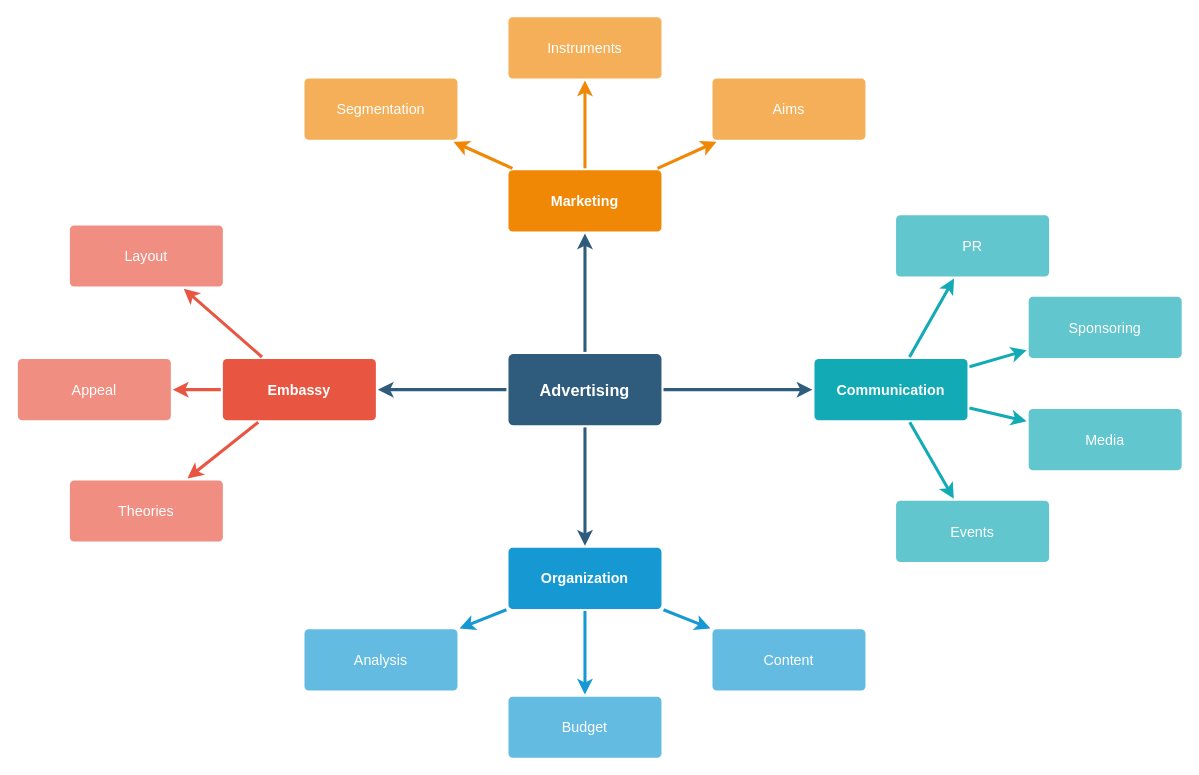
Above: doc/爬小說.drawio in ChivialK/chivialk.github.io (draw.io), before the change. Source tidied: cells renumbered, new cells numbered last; positions are measured from the earlier drawing's top-left corner, leaving out a move shared by most shapes. Both pictures are drawn from the tidied source at 102%, with x=0, y=0 at pixel (17, 16).
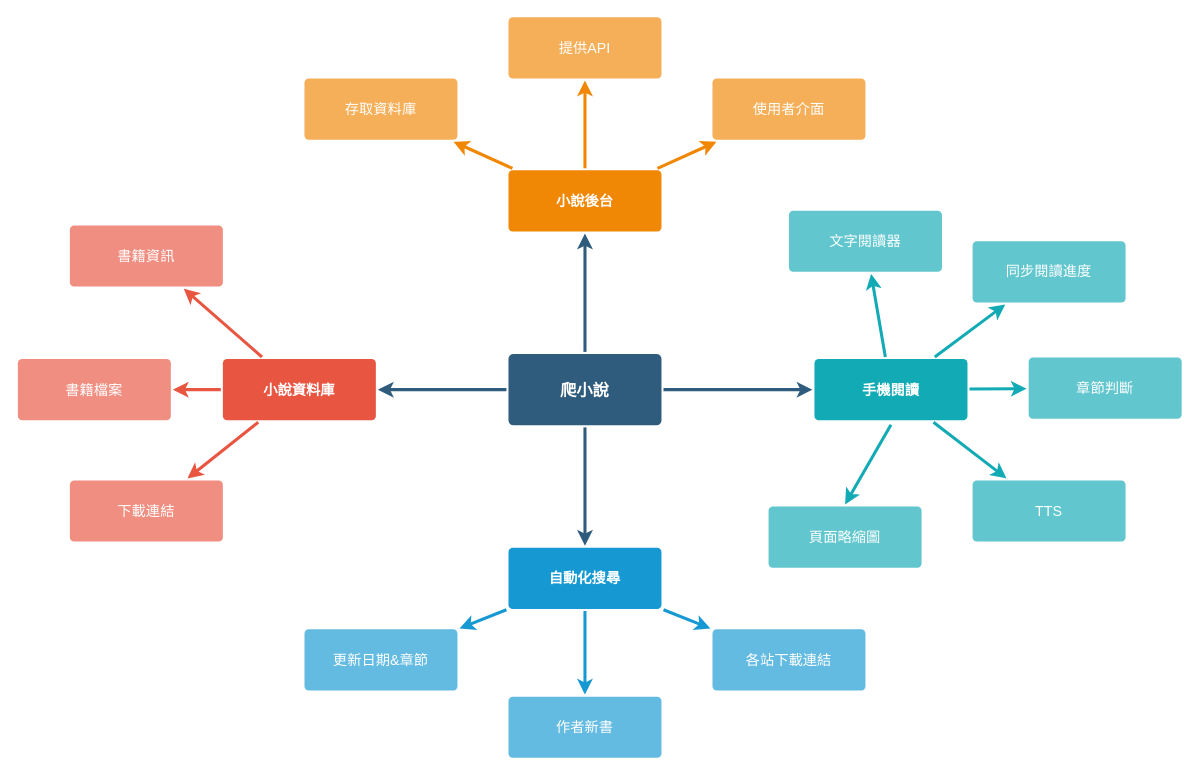
Above is the later version.

Commit message:
[Edit][爬小說] 功能概念圖

What changed in the source:
```diff
@@
-    <mxCell id="6" value="Advertising" style="rounded=1;whiteSpace=wrap;html=1;shadow=0;labelBackgroundColor=none;strokeColor=none;strokeWidth=3;fillColor=#2F5B7C;fontFamily=Helvetica;fontSize=16;fontColor=#FFFFFF;align=center;fontStyle=1;spacing=5;arcSize=7;perimeterSpacing=2;" parent="1" vertex="1">
+    <mxCell id="6" value="爬小說" style="rounded=1;whiteSpace=wrap;html=1;shadow=0;labelBackgroundColor=none;strokeColor=none;strokeWidth=3;fillColor=#2F5B7C;fontFamily=Helvetica;fontSize=16;fontColor=#FFFFFF;align=center;fontStyle=1;spacing=5;arcSize=7;perimeterSpacing=2;" parent="1" vertex="1">
       <mxGeometry x="481" y="330.5" width="150" height="70" as="geometry" />
     </mxCell>
@@
-    <mxCell id="10" value="Embassy" style="rounded=1;whiteSpace=wrap;html=1;shadow=0;labelBackgroundColor=none;strokeColor=none;strokeWidth=3;fillColor=#e85642;fontFamily=Helvetica;fontSize=14;fontColor=#FFFFFF;align=center;spacing=5;fontStyle=1;arcSize=7;perimeterSpacing=2;" parent="1" vertex="1">
+    <mxCell id="10" value="小說資料庫" style="rounded=1;whiteSpace=wrap;html=1;shadow=0;labelBackgroundColor=none;strokeColor=none;strokeWidth=3;fillColor=#e85642;fontFamily=Helvetica;fontSize=14;fontColor=#FFFFFF;align=center;spacing=5;fontStyle=1;arcSize=7;perimeterSpacing=2;" parent="1" vertex="1">
       <mxGeometry x="201" y="335.5" width="150" height="60" as="geometry" />
     </mxCell>
-    <mxCell id="11" value="Theories" style="rounded=1;whiteSpace=wrap;html=1;shadow=0;labelBackgroundColor=none;strokeColor=none;strokeWidth=3;fillColor=#f08e81;fontFamily=Helvetica;fontSize=14;fontColor=#FFFFFF;align=center;spacing=5;fontStyle=0;arcSize=7;perimeterSpacing=2;" parent="1" vertex="1">
+    <mxCell id="11" value="下載連結" style="rounded=1;whiteSpace=wrap;html=1;shadow=0;labelBackgroundColor=none;strokeColor=none;strokeWidth=3;fillColor=#f08e81;fontFamily=Helvetica;fontSize=14;fontColor=#FFFFFF;align=center;spacing=5;fontStyle=0;arcSize=7;perimeterSpacing=2;" parent="1" vertex="1">
       <mxGeometry x="51" y="454.5" width="150" height="60" as="geometry" />
     </mxCell>
-    <mxCell id="12" value="Appeal" style="rounded=1;whiteSpace=wrap;html=1;shadow=0;labelBackgroundColor=none;strokeColor=none;strokeWidth=3;fillColor=#f08e81;fontFamily=Helvetica;fontSize=14;fontColor=#FFFFFF;align=center;spacing=5;fontStyle=0;arcSize=7;perimeterSpacing=2;" parent="1" vertex="1">
+    <mxCell id="12" value="書籍檔案" style="rounded=1;whiteSpace=wrap;html=1;shadow=0;labelBackgroundColor=none;strokeColor=none;strokeWidth=3;fillColor=#f08e81;fontFamily=Helvetica;fontSize=14;fontColor=#FFFFFF;align=center;spacing=5;fontStyle=0;arcSize=7;perimeterSpacing=2;" parent="1" vertex="1">
       <mxGeometry y="335.5" width="150" height="60" as="geometry" />
     </mxCell>
-    <mxCell id="13" value="Layout" style="rounded=1;whiteSpace=wrap;html=1;shadow=0;labelBackgroundColor=none;strokeColor=none;strokeWidth=3;fillColor=#f08e81;fontFamily=Helvetica;fontSize=14;fontColor=#FFFFFF;align=center;spacing=5;fontStyle=0;arcSize=7;perimeterSpacing=2;" parent="1" vertex="1">
+    <mxCell id="13" value="書籍資訊" style="rounded=1;whiteSpace=wrap;html=1;shadow=0;labelBackgroundColor=none;strokeColor=none;strokeWidth=3;fillColor=#f08e81;fontFamily=Helvetica;fontSize=14;fontColor=#FFFFFF;align=center;spacing=5;fontStyle=0;arcSize=7;perimeterSpacing=2;" parent="1" vertex="1">
       <mxGeometry x="51" y="204.5" width="150" height="60" as="geometry" />
     </mxCell>
@@
-    <mxCell id="17" value="Organization" style="rounded=1;whiteSpace=wrap;html=1;shadow=0;labelBackgroundColor=none;strokeColor=none;strokeWidth=3;fillColor=#1699d3;fontFamily=Helvetica;fontSize=14;fontColor=#FFFFFF;align=center;spacing=5;fontStyle=1;arcSize=7;perimeterSpacing=2;" parent="1" vertex="1">
+    <mxCell id="17" value="自動化搜尋" style="rounded=1;whiteSpace=wrap;html=1;shadow=0;labelBackgroundColor=none;strokeColor=none;strokeWidth=3;fillColor=#1699d3;fontFamily=Helvetica;fontSize=14;fontColor=#FFFFFF;align=center;spacing=5;fontStyle=1;arcSize=7;perimeterSpacing=2;" parent="1" vertex="1">
       <mxGeometry x="481" y="520.5" width="150" height="60" as="geometry" />
     </mxCell>
-    <mxCell id="18" value="Content" style="rounded=1;whiteSpace=wrap;html=1;shadow=0;labelBackgroundColor=none;strokeColor=none;strokeWidth=3;fillColor=#64bbe2;fontFamily=Helvetica;fontSize=14;fontColor=#FFFFFF;align=center;spacing=5;arcSize=7;perimeterSpacing=2;" parent="1" vertex="1">
+    <mxCell id="18" value="各站下載連結" style="rounded=1;whiteSpace=wrap;html=1;shadow=0;labelBackgroundColor=none;strokeColor=none;strokeWidth=3;fillColor=#64bbe2;fontFamily=Helvetica;fontSize=14;fontColor=#FFFFFF;align=center;spacing=5;arcSize=7;perimeterSpacing=2;" parent="1" vertex="1">
       <mxGeometry x="681" y="600.5" width="150" height="60" as="geometry" />
     </mxCell>
-    <mxCell id="19" value="Budget" style="rounded=1;whiteSpace=wrap;html=1;shadow=0;labelBackgroundColor=none;strokeColor=none;strokeWidth=3;fillColor=#64bbe2;fontFamily=Helvetica;fontSize=14;fontColor=#FFFFFF;align=center;spacing=5;arcSize=7;perimeterSpacing=2;" parent="1" vertex="1">
+    <mxCell id="19" value="作者新書" style="rounded=1;whiteSpace=wrap;html=1;shadow=0;labelBackgroundColor=none;strokeColor=none;strokeWidth=3;fillColor=#64bbe2;fontFamily=Helvetica;fontSize=14;fontColor=#FFFFFF;align=center;spacing=5;arcSize=7;perimeterSpacing=2;" parent="1" vertex="1">
       <mxGeometry x="481" y="666.5" width="150" height="60" as="geometry" />
     </mxCell>
-    <mxCell id="20" value="Analysis" style="rounded=1;whiteSpace=wrap;html=1;shadow=0;labelBackgroundColor=none;strokeColor=none;strokeWidth=3;fillColor=#64bbe2;fontFamily=Helvetica;fontSize=14;fontColor=#FFFFFF;align=center;spacing=5;arcSize=7;perimeterSpacing=2;" parent="1" vertex="1">
+    <mxCell id="20" value="更新日期&amp;amp;章節" style="rounded=1;whiteSpace=wrap;html=1;shadow=0;labelBackgroundColor=none;strokeColor=none;strokeWidth=3;fillColor=#64bbe2;fontFamily=Helvetica;fontSize=14;fontColor=#FFFFFF;align=center;spacing=5;arcSize=7;perimeterSpacing=2;" parent="1" vertex="1">
       <mxGeometry x="281" y="600.5" width="150" height="60" as="geometry" />
     </mxCell>
-    <mxCell id="21" value="Marketing" style="rounded=1;whiteSpace=wrap;html=1;shadow=0;labelBackgroundColor=none;strokeColor=none;strokeWidth=3;fillColor=#F08705;fontFamily=Helvetica;fontSize=14;fontColor=#FFFFFF;align=center;spacing=5;fontStyle=1;arcSize=7;perimeterSpacing=2;" parent="1" vertex="1">
+    <mxCell id="21" value="小說後台" style="rounded=1;whiteSpace=wrap;html=1;shadow=0;labelBackgroundColor=none;strokeColor=none;strokeWidth=3;fillColor=#F08705;fontFamily=Helvetica;fontSize=14;fontColor=#FFFFFF;align=center;spacing=5;fontStyle=1;arcSize=7;perimeterSpacing=2;" parent="1" vertex="1">
       <mxGeometry x="481" y="150.5" width="150" height="60" as="geometry" />
     </mxCell>
-    <mxCell id="22" value="Aims&lt;br&gt;" style="rounded=1;whiteSpace=wrap;html=1;shadow=0;labelBackgroundColor=none;strokeColor=none;strokeWidth=3;fillColor=#f5af58;fontFamily=Helvetica;fontSize=14;fontColor=#FFFFFF;align=center;spacing=5;arcSize=7;perimeterSpacing=2;" parent="1" vertex="1">
+    <mxCell id="22" value="使用者介面" style="rounded=1;whiteSpace=wrap;html=1;shadow=0;labelBackgroundColor=none;strokeColor=none;strokeWidth=3;fillColor=#f5af58;fontFamily=Helvetica;fontSize=14;fontColor=#FFFFFF;align=center;spacing=5;arcSize=7;perimeterSpacing=2;" parent="1" vertex="1">
       <mxGeometry x="681" y="60.5" width="150" height="60" as="geometry" />
     </mxCell>
@@
-    <mxCell id="24" value="Instruments" style="rounded=1;whiteSpace=wrap;html=1;shadow=0;labelBackgroundColor=none;strokeColor=none;strokeWidth=3;fillColor=#f5af58;fontFamily=Helvetica;fontSize=14;fontColor=#FFFFFF;align=center;spacing=5;arcSize=7;perimeterSpacing=2;" parent="1" vertex="1">
+    <mxCell id="24" value="提供API" style="rounded=1;whiteSpace=wrap;html=1;shadow=0;labelBackgroundColor=none;strokeColor=none;strokeWidth=3;fillColor=#f5af58;fontFamily=Helvetica;fontSize=14;fontColor=#FFFFFF;align=center;spacing=5;arcSize=7;perimeterSpacing=2;" parent="1" vertex="1">
       <mxGeometry x="481" y="0.5" width="150" height="60" as="geometry" />
     </mxCell>
@@
-    <mxCell id="26" value="Segmentation" style="rounded=1;whiteSpace=wrap;html=1;shadow=0;labelBackgroundColor=none;strokeColor=none;strokeWidth=3;fillColor=#f5af58;fontFamily=Helvetica;fontSize=14;fontColor=#FFFFFF;align=center;spacing=5;arcSize=7;perimeterSpacing=2;" parent="1" vertex="1">
+    <mxCell id="26" value="存取資料庫" style="rounded=1;whiteSpace=wrap;html=1;shadow=0;labelBackgroundColor=none;strokeColor=none;strokeWidth=3;fillColor=#f5af58;fontFamily=Helvetica;fontSize=14;fontColor=#FFFFFF;align=center;spacing=5;arcSize=7;perimeterSpacing=2;" parent="1" vertex="1">
       <mxGeometry x="281" y="60.5" width="150" height="60" as="geometry" />
     </mxCell>
@@
-    <mxCell id="28" value="Communication" style="rounded=1;whiteSpace=wrap;html=1;shadow=0;labelBackgroundColor=none;strokeColor=none;strokeWidth=3;fillColor=#12aab5;fontFamily=Helvetica;fontSize=14;fontColor=#FFFFFF;align=center;spacing=5;fontStyle=1;arcSize=7;perimeterSpacing=2;" parent="1" vertex="1">
+    <mxCell id="28" value="手機閱讀" style="rounded=1;whiteSpace=wrap;html=1;shadow=0;labelBackgroundColor=none;strokeColor=none;strokeWidth=3;fillColor=#12aab5;fontFamily=Helvetica;fontSize=14;fontColor=#FFFFFF;align=center;spacing=5;fontStyle=1;arcSize=7;perimeterSpacing=2;" parent="1" vertex="1">
       <mxGeometry x="781" y="335.5" width="150" height="60" as="geometry" />
     </mxCell>
-    <mxCell id="29" value="Events" style="rounded=1;whiteSpace=wrap;html=1;shadow=0;labelBackgroundColor=none;strokeColor=none;strokeWidth=3;fillColor=#61c6ce;fontFamily=Helvetica;fontSize=14;fontColor=#FFFFFF;align=center;spacing=5;fontStyle=0;arcSize=7;perimeterSpacing=2;" parent="1" vertex="1">
-      <mxGeometry x="861" y="474.5" width="150" height="60" as="geometry" />
+    <mxCell id="29" value="TTS" style="rounded=1;whiteSpace=wrap;html=1;shadow=0;labelBackgroundColor=none;strokeColor=none;strokeWidth=3;fillColor=#61c6ce;fontFamily=Helvetica;fontSize=14;fontColor=#FFFFFF;align=center;spacing=5;fontStyle=0;arcSize=7;perimeterSpacing=2;" parent="1" vertex="1">
+      <mxGeometry x="936" y="454.5" width="150" height="60" as="geometry" />
     </mxCell>
@@
-    <mxCell id="31" value="Media" style="rounded=1;whiteSpace=wrap;html=1;shadow=0;labelBackgroundColor=none;strokeColor=none;strokeWidth=3;fillColor=#61c6ce;fontFamily=Helvetica;fontSize=14;fontColor=#FFFFFF;align=center;spacing=5;fontStyle=0;arcSize=7;perimeterSpacing=2;" parent="1" vertex="1">
-      <mxGeometry x="991" y="384.5" width="150" height="60" as="geometry" />
+    <mxCell id="31" value="章節判斷" style="rounded=1;whiteSpace=wrap;html=1;shadow=0;labelBackgroundColor=none;strokeColor=none;strokeWidth=3;fillColor=#61c6ce;fontFamily=Helvetica;fontSize=14;fontColor=#FFFFFF;align=center;spacing=5;fontStyle=0;arcSize=7;perimeterSpacing=2;" parent="1" vertex="1">
+      <mxGeometry x="991" y="334" width="150" height="60" as="geometry" />
     </mxCell>
@@
-    <mxCell id="33" value="Sponsoring" style="rounded=1;whiteSpace=wrap;html=1;shadow=0;labelBackgroundColor=none;strokeColor=none;strokeWidth=3;fillColor=#61c6ce;fontFamily=Helvetica;fontSize=14;fontColor=#FFFFFF;align=center;spacing=5;fontStyle=0;arcSize=7;perimeterSpacing=2;" parent="1" vertex="1">
-      <mxGeometry x="991" y="274.5" width="150" height="60" as="geometry" />
+    <mxCell id="33" value="同步閱讀進度" style="rounded=1;whiteSpace=wrap;html=1;shadow=0;labelBackgroundColor=none;strokeColor=none;strokeWidth=3;fillColor=#61c6ce;fontFamily=Helvetica;fontSize=14;fontColor=#FFFFFF;align=center;spacing=5;fontStyle=0;arcSize=7;perimeterSpacing=2;" parent="1" vertex="1">
+      <mxGeometry x="936" y="220" width="150" height="60" as="geometry" />
     </mxCell>
@@
-    <mxCell id="35" value="PR" style="rounded=1;whiteSpace=wrap;html=1;shadow=0;labelBackgroundColor=none;strokeColor=none;strokeWidth=3;fillColor=#61c6ce;fontFamily=Helvetica;fontSize=14;fontColor=#FFFFFF;align=center;spacing=5;fontStyle=0;arcSize=7;perimeterSpacing=2;" parent="1" vertex="1">
-      <mxGeometry x="861" y="194.5" width="150" height="60" as="geometry" />
+    <mxCell id="35" value="文字閱讀器" style="rounded=1;whiteSpace=wrap;html=1;shadow=0;labelBackgroundColor=none;strokeColor=none;strokeWidth=3;fillColor=#61c6ce;fontFamily=Helvetica;fontSize=14;fontColor=#FFFFFF;align=center;spacing=5;fontStyle=0;arcSize=7;perimeterSpacing=2;" parent="1" vertex="1">
+      <mxGeometry x="756" y="190" width="150" height="60" as="geometry" />
     </mxCell>
@@
+    <mxCell id="37" style="edgeStyle=none;rounded=1;jumpStyle=none;html=1;shadow=0;labelBackgroundColor=none;startArrow=none;startFill=0;jettySize=auto;strokeColor=#12AAB5;strokeWidth=3;fontFamily=Helvetica;fontSize=14;fontColor=#FFFFFF;spacing=5;fontStyle=1;fillColor=#b0e3e6;entryX=0.5;entryY=0;entryDx=0;entryDy=0;" parent="1" edge="1" target="38">
+      <mxGeometry relative="1" as="geometry">
+        <mxPoint x="856" y="400" as="sourcePoint" />
+      </mxGeometry>
+    </mxCell>
+    <mxCell id="38" value="頁面略縮圖" style="rounded=1;whiteSpace=wrap;html=1;shadow=0;labelBackgroundColor=none;strokeColor=none;strokeWidth=3;fillColor=#61c6ce;fontFamily=Helvetica;fontSize=14;fontColor=#FFFFFF;align=center;spacing=5;fontStyle=0;arcSize=7;perimeterSpacing=2;" parent="1" vertex="1">
+      <mxGeometry x="736" y="480" width="150" height="60" as="geometry" />
+    </mxCell>
```
